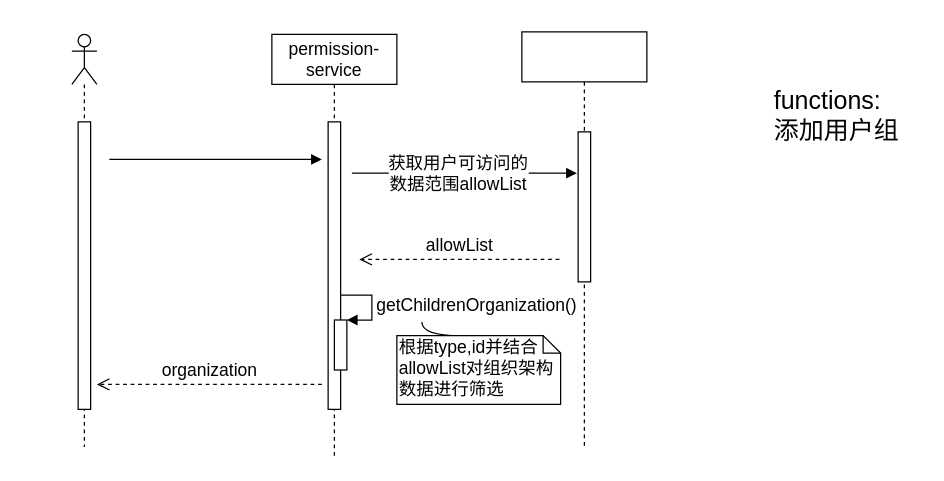
This is page "sequence-addGroup" (4 of 4) of CDRS/module-design.drawio from waterwatermelon/graph, a draw.io file, before an edit. Source tidied: cells renumbered, new cells numbered last; positions are measured from the earlier drawing's top-left corner, leaving out a move shared by most shapes. Both pictures are drawn from the tidied source at 125%, with x=0, y=0 at pixel (71, 31).
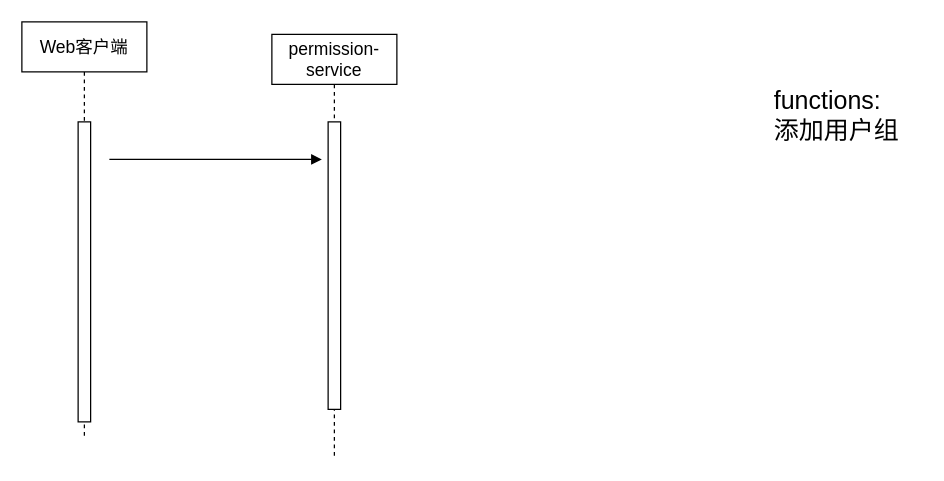
After the change.

Unchanged cells that the change refers to:
```xml
<mxCell id="5" value="permission-service" style="shape=umlLifeline;perimeter=lifelinePerimeter;whiteSpace=wrap;html=1;fontSize=14;" parent="1" vertex="1">
  <mxGeometry x="160" y="2" width="100" height="340" as="geometry" />
</mxCell>
```

The edit, as a diff of the source:
```diff
@@
-    <mxCell id="3" style="shape=umlLifeline;participant=umlActor;perimeter=lifelinePerimeter;whiteSpace=wrap;html=1;verticalAlign=top;spacingTop=36;labelBackgroundColor=#ffffff;fontSize=14;" parent="1" vertex="1">
-      <mxGeometry y="2" width="20" height="330" as="geometry" />
-    </mxCell>
-    <mxCell id="4" style="html=1;perimeter=orthogonalPerimeter;fontSize=14;" parent="3" vertex="1">
-      <mxGeometry x="5" y="70" width="10" height="230" as="geometry" />
-    </mxCell>
@@
-    <mxCell id="7" value="getChildrenOrganization()" style="edgeStyle=orthogonalEdgeStyle;html=1;align=left;spacingLeft=2;endArrow=block;rounded=0;entryX=1;entryY=0;fontSize=14;" parent="5" edge="1" target="8">
-      <mxGeometry relative="1" as="geometry">
-        <mxPoint x="55" y="208.5" as="sourcePoint" />
-        <Array as="points">
-          <mxPoint x="80" y="208.5" />
-        </Array>
-      </mxGeometry>
-    </mxCell>
-    <mxCell id="8" style="html=1;points=[];perimeter=orthogonalPerimeter;fontSize=14;" parent="5" vertex="1">
-      <mxGeometry x="50" y="228.5" width="10" height="40" as="geometry" />
-    </mxCell>
-    <mxCell id="9" style="shape=umlLifeline;perimeter=lifelinePerimeter;whiteSpace=wrap;html=1;fontSize=14;" parent="1" vertex="1">
-      <mxGeometry x="360" width="100" height="332" as="geometry" />
+    <mxCell id="9" value="Web客户端" style="shape=umlLifeline;perimeter=lifelinePerimeter;whiteSpace=wrap;html=1;fontSize=14;" parent="1" vertex="1">
+      <mxGeometry x="-40" y="-8" width="100" height="332" as="geometry" />
     </mxCell>
     <mxCell id="10" style="html=1;perimeter=orthogonalPerimeter;fontSize=14;" parent="9" vertex="1">
-      <mxGeometry x="45" y="80" width="10" height="120" as="geometry" />
+      <mxGeometry x="45" y="80" width="10" height="240" as="geometry" />
     </mxCell>
@@
-    <mxCell id="12" value="获取用户可访问的&lt;br&gt;数据范围allowList" style="html=1;verticalAlign=bottom;endArrow=block;fontSize=14;" parent="1" edge="1">
-      <mxGeometry x="-0.06" y="-20" relative="1" as="geometry">
-        <mxPoint x="224" y="113" as="sourcePoint" />
-        <mxPoint x="404" y="113" as="targetPoint" />
-      </mxGeometry>
-    </mxCell>
-    <mxCell id="13" value="allowList" style="html=1;verticalAlign=bottom;endArrow=open;dashed=1;endSize=8;fontSize=14;" parent="1" edge="1">
-      <mxGeometry relative="1" as="geometry">
-        <mxPoint x="390" y="182" as="sourcePoint" />
-        <mxPoint x="230" y="182" as="targetPoint" />
-      </mxGeometry>
-    </mxCell>
-    <mxCell id="14" style="edgeStyle=orthogonalEdgeStyle;curved=1;rounded=0;jettySize=auto;html=1;exitX=0;exitY=0;exitDx=51;exitDy=0;exitPerimeter=0;endArrow=none;endFill=0;fontSize=14;" parent="1" edge="1" source="15">
-      <mxGeometry relative="1" as="geometry">
-        <mxPoint x="280" y="232" as="targetPoint" />
-      </mxGeometry>
-    </mxCell>
-    <mxCell id="15" value="根据type,id并结合allowList对组织架构数据进行筛选" style="shape=note;whiteSpace=wrap;html=1;size=14;verticalAlign=top;align=left;spacingTop=-6;fontSize=14;" parent="1" vertex="1">
-      <mxGeometry x="260" y="243" width="131" height="55" as="geometry" />
-    </mxCell>
-    <mxCell id="16" value="organization" style="html=1;verticalAlign=bottom;endArrow=open;dashed=1;endSize=8;fontSize=14;" parent="1" edge="1">
-      <mxGeometry relative="1" as="geometry">
-        <mxPoint x="200" y="282" as="sourcePoint" />
-        <mxPoint x="20" y="282" as="targetPoint" />
-      </mxGeometry>
-    </mxCell>
```
